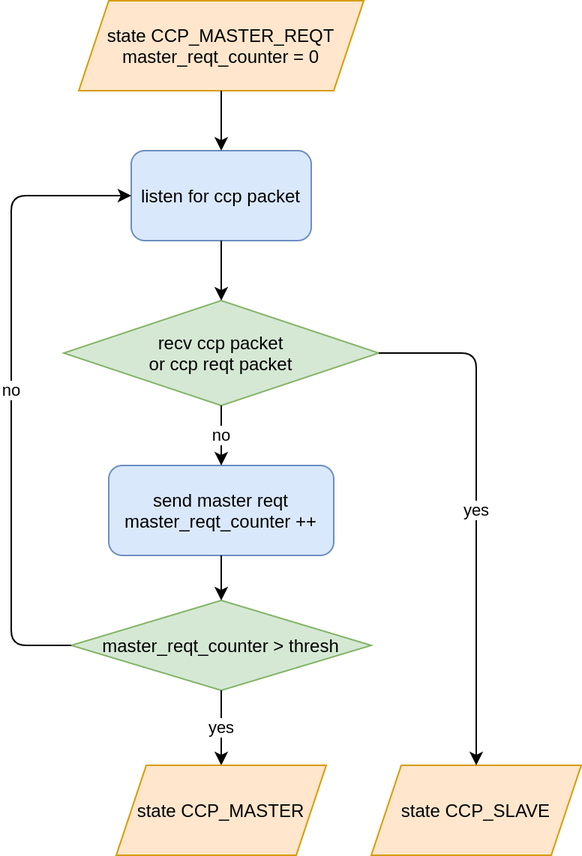
Above: reports/03_firmware/img/ccp_master_reqt_flow_chart.png in tuannv-github/uwb-ips (draw.io), before the change. Source tidied: cells renumbered, new cells last; positions are measured from the earlier drawing's top-left corner, leaving out a move shared by most shapes.
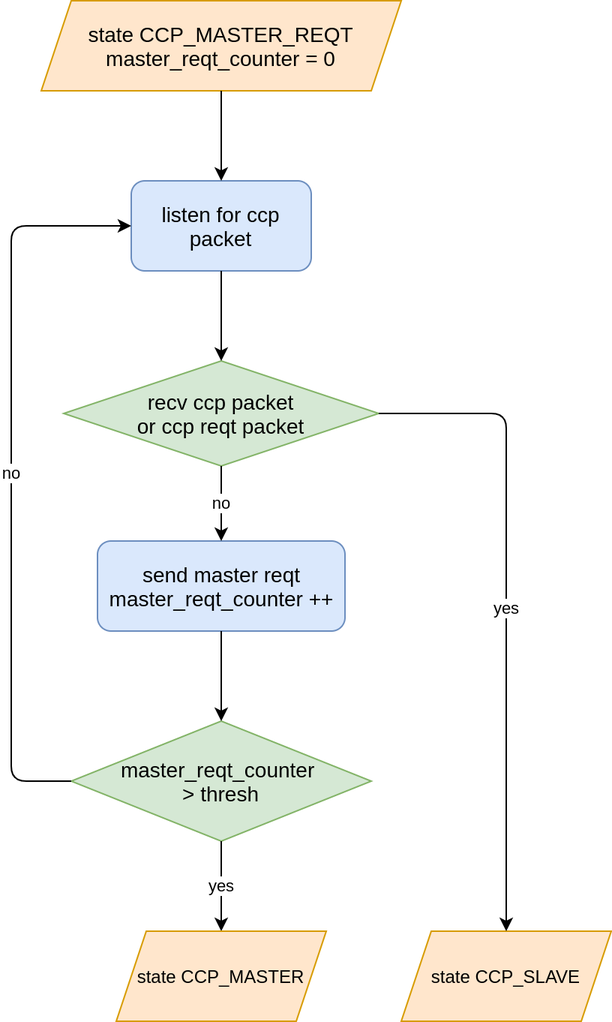
The same diagram one commit later.

What changed in the source:
```diff
@@ -2,20 +2,20 @@
   <root>
     <mxCell id="0" />
     <mxCell id="1" parent="0" />
-    <mxCell id="2" value="listen for ccp packet" style="rounded=1;whiteSpace=wrap;html=1;fillColor=#dae8fc;strokeColor=#6c8ebf;" parent="1" vertex="1">
-      <mxGeometry x="80" y="100" width="120" height="60" as="geometry" />
+    <mxCell id="2" value="&lt;font style=&quot;font-size: 14px&quot;&gt;listen for ccp packet&lt;/font&gt;" style="rounded=1;whiteSpace=wrap;html=1;fillColor=#dae8fc;strokeColor=#6c8ebf;" parent="1" vertex="1">
+      <mxGeometry x="80" y="110" width="120" height="60" as="geometry" />
     </mxCell>
-    <mxCell id="3" value="send master reqt&lt;br&gt;master_reqt_counter ++" style="rounded=1;whiteSpace=wrap;html=1;fillColor=#dae8fc;strokeColor=#6c8ebf;" parent="1" vertex="1">
-      <mxGeometry x="65" y="310" width="150" height="60" as="geometry" />
+    <mxCell id="3" value="&lt;font style=&quot;font-size: 14px&quot;&gt;send master reqt&lt;br&gt;master_reqt_counter ++&lt;/font&gt;" style="rounded=1;whiteSpace=wrap;html=1;fillColor=#dae8fc;strokeColor=#6c8ebf;" parent="1" vertex="1">
+      <mxGeometry x="57.5" y="350" width="165" height="60" as="geometry" />
     </mxCell>
-    <mxCell id="4" value="recv ccp packet&lt;br&gt;or ccp reqt packet" style="rhombus;whiteSpace=wrap;html=1;fillColor=#d5e8d4;strokeColor=#82b366;" parent="1" vertex="1">
-      <mxGeometry x="35" y="200" width="210" height="70" as="geometry" />
+    <mxCell id="4" value="&lt;font style=&quot;font-size: 14px&quot;&gt;recv ccp packet&lt;br&gt;or ccp reqt packet&lt;/font&gt;" style="rhombus;whiteSpace=wrap;html=1;fillColor=#d5e8d4;strokeColor=#82b366;" parent="1" vertex="1">
+      <mxGeometry x="35" y="230" width="210" height="70" as="geometry" />
     </mxCell>
     <mxCell id="5" value="no" style="endArrow=classic;html=1;exitX=0.5;exitY=1;exitDx=0;exitDy=0;entryX=0.5;entryY=0;entryDx=0;entryDy=0;" parent="1" edge="1" source="4" target="3">
       <mxGeometry relative="1" as="geometry" />
     </mxCell>
-    <mxCell id="6" value="&lt;span&gt;master_reqt_counter &amp;gt; thresh&lt;/span&gt;" style="rhombus;whiteSpace=wrap;html=1;fillColor=#d5e8d4;strokeColor=#82b366;" parent="1" vertex="1">
-      <mxGeometry x="40" y="400" width="200" height="60" as="geometry" />
+    <mxCell id="6" value="&lt;span&gt;&lt;font style=&quot;font-size: 14px&quot;&gt;master_reqt_counter &lt;br&gt;&amp;gt; thresh&lt;/font&gt;&lt;/span&gt;" style="rhombus;whiteSpace=wrap;html=1;fillColor=#d5e8d4;strokeColor=#82b366;" parent="1" vertex="1">
+      <mxGeometry x="40" y="470" width="200" height="80" as="geometry" />
     </mxCell>
     <mxCell id="7" style="endArrow=classic;html=1;exitX=0.5;exitY=1;exitDx=0;exitDy=0;entryX=0.5;entryY=0;entryDx=0;entryDy=0;" parent="1" edge="1" source="3" target="6">
       <mxGeometry relative="1" as="geometry" />
@@ -23,8 +23,8 @@
     <mxCell id="8" value="no" style="endArrow=classic;html=1;exitX=0;exitY=0.5;exitDx=0;exitDy=0;entryX=0;entryY=0.5;entryDx=0;entryDy=0;" parent="1" edge="1" source="6" target="2">
       <mxGeometry relative="1" as="geometry">
         <Array as="points">
-          <mxPoint y="430" />
-          <mxPoint y="130" />
+          <mxPoint y="510" />
+          <mxPoint y="140" />
         </Array>
       </mxGeometry>
     </mxCell>
@@ -35,21 +35,21 @@
       <mxGeometry relative="1" as="geometry" />
     </mxCell>
     <mxCell id="11" value="&lt;span&gt;state CCP_MASTER&lt;/span&gt;" style="shape=parallelogram;perimeter=parallelogramPerimeter;whiteSpace=wrap;html=1;fixedSize=1;fillColor=#ffe6cc;strokeColor=#d79b00;" parent="1" vertex="1">
-      <mxGeometry x="70" y="510" width="140" height="60" as="geometry" />
+      <mxGeometry x="70" y="610" width="140" height="60" as="geometry" />
     </mxCell>
-    <mxCell id="12" value="&lt;span&gt;state CCP_MASTER_REQT&lt;br&gt;&lt;/span&gt;master_reqt_counter = 0&lt;span&gt;&lt;br&gt;&lt;/span&gt;" style="shape=parallelogram;perimeter=parallelogramPerimeter;whiteSpace=wrap;html=1;fixedSize=1;fillColor=#ffe6cc;strokeColor=#d79b00;" parent="1" vertex="1">
-      <mxGeometry x="45" width="190" height="60" as="geometry" />
+    <mxCell id="12" value="&lt;font style=&quot;font-size: 14px&quot;&gt;&lt;span&gt;state CCP_MASTER_REQT&lt;br&gt;&lt;/span&gt;master_reqt_counter = 0&lt;/font&gt;&lt;span&gt;&lt;br&gt;&lt;/span&gt;" style="shape=parallelogram;perimeter=parallelogramPerimeter;whiteSpace=wrap;html=1;fixedSize=1;fillColor=#ffe6cc;strokeColor=#d79b00;" parent="1" vertex="1">
+      <mxGeometry x="20" y="-10" width="240" height="60" as="geometry" />
     </mxCell>
     <mxCell id="13" style="endArrow=classic;html=1;exitX=0.5;exitY=1;exitDx=0;exitDy=0;entryX=0.5;entryY=0;entryDx=0;entryDy=0;" parent="1" edge="1" source="12" target="2">
       <mxGeometry relative="1" as="geometry" />
     </mxCell>
     <mxCell id="14" value="&lt;span&gt;state CCP_SLAVE&lt;/span&gt;" style="shape=parallelogram;perimeter=parallelogramPerimeter;whiteSpace=wrap;html=1;fixedSize=1;fillColor=#ffe6cc;strokeColor=#d79b00;" parent="1" vertex="1">
-      <mxGeometry x="240" y="510" width="140" height="60" as="geometry" />
+      <mxGeometry x="260" y="610" width="140" height="60" as="geometry" />
     </mxCell>
     <mxCell id="15" value="yes" style="endArrow=classic;html=1;exitX=1;exitY=0.5;exitDx=0;exitDy=0;entryX=0.5;entryY=0;entryDx=0;entryDy=0;" parent="1" edge="1" source="4" target="14">
       <mxGeometry relative="1" as="geometry">
         <Array as="points">
-          <mxPoint x="310" y="235" />
+          <mxPoint x="330" y="265" />
         </Array>
       </mxGeometry>
     </mxCell>
```
